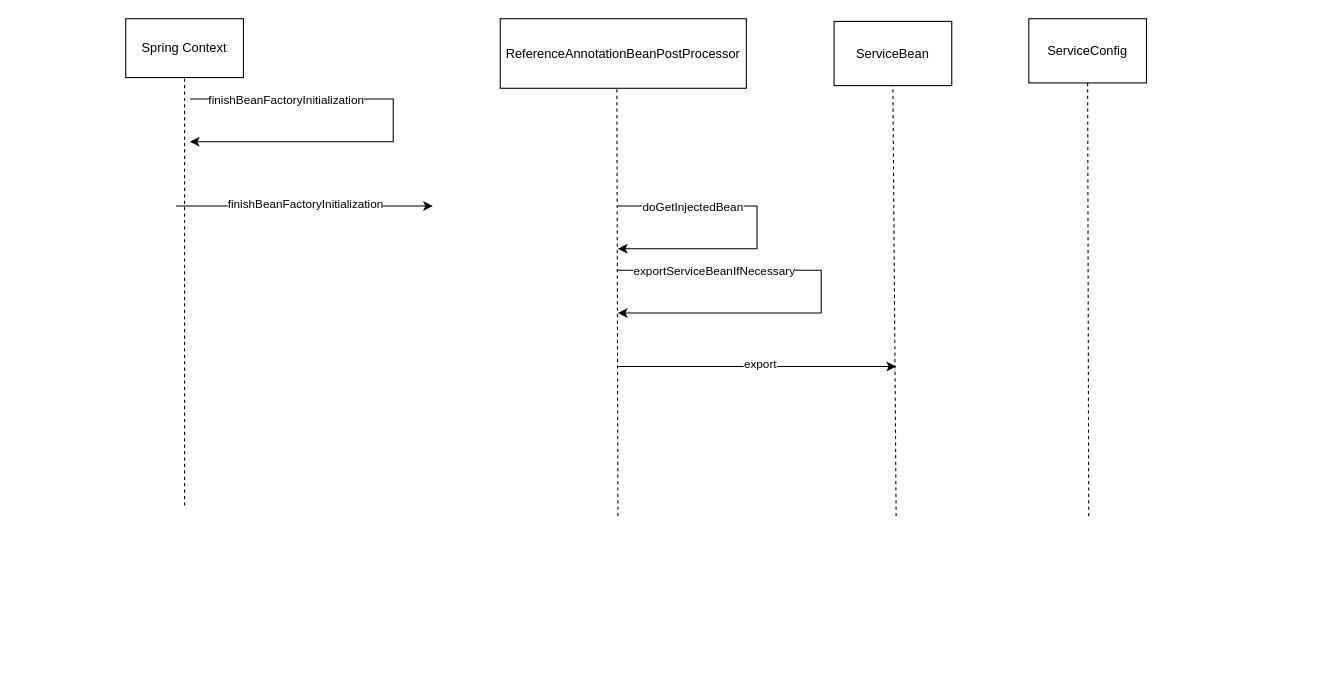
fufengchang/draw-diagrams keeps this draw.io diagram as dubbo-study.drawio. Above is the earlier version. Source tidied: cells renumbered, new cells numbered last; positions are measured from the earlier drawing's top-left corner, leaving out a move shared by most shapes. Both pictures are drawn from the tidied source at 107%, with x=0, y=0 at pixel (125, 18).
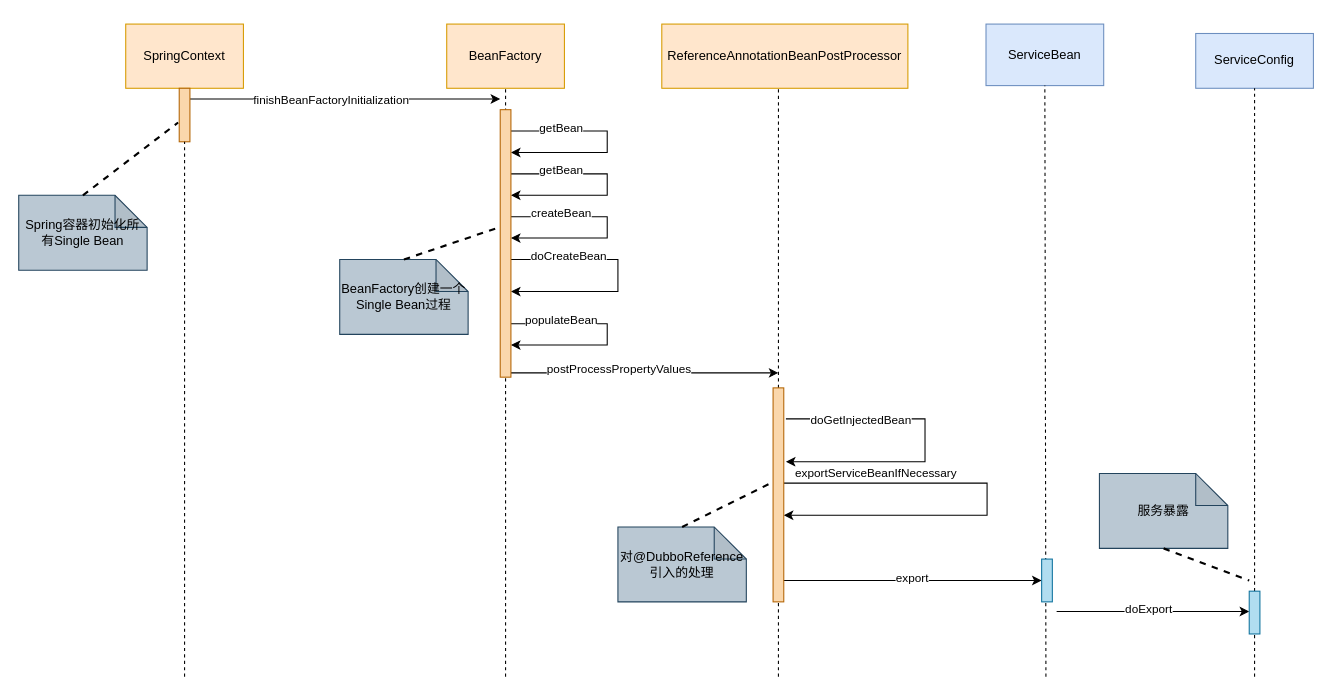
The same page after the edit.

What changed in the source:
```diff
@@
-    <mxCell id="2" value="Spring Context" style="whiteSpace=wrap;html=1;" parent="1" vertex="1">
-      <mxGeometry width="110" height="55" as="geometry" />
+    <mxCell id="2" value="SpringContext" style="whiteSpace=wrap;html=1;fillColor=#ffe6cc;strokeColor=#d79b00;" parent="1" vertex="1">
+      <mxGeometry y="5" width="110" height="60" as="geometry" />
     </mxCell>
-    <mxCell id="3" value="ReferenceAnnotationBeanPostProcessor" style="whiteSpace=wrap;html=1;" parent="1" vertex="1">
-      <mxGeometry x="350" width="230" height="65" as="geometry" />
+    <mxCell id="3" value="ReferenceAnnotationBeanPostProcessor" style="whiteSpace=wrap;html=1;fillColor=#ffe6cc;strokeColor=#d79b00;" parent="1" vertex="1">
+      <mxGeometry x="501" y="5" width="230" height="60" as="geometry" />
     </mxCell>
-    <mxCell id="4" value="ServiceBean" style="whiteSpace=wrap;html=1;" parent="1" vertex="1">
-      <mxGeometry x="662" y="2.5" width="110" height="60" as="geometry" />
+    <mxCell id="4" value="ServiceBean" style="whiteSpace=wrap;html=1;fillColor=#dae8fc;strokeColor=#6c8ebf;" parent="1" vertex="1">
+      <mxGeometry x="804" y="5" width="110" height="57.5" as="geometry" />
     </mxCell>
-    <mxCell id="5" value="ServiceConfig" style="whiteSpace=wrap;html=1;" parent="1" vertex="1">
-      <mxGeometry x="844" width="110" height="60" as="geometry" />
+    <mxCell id="5" value="ServiceConfig" style="whiteSpace=wrap;html=1;fillColor=#dae8fc;strokeColor=#6c8ebf;" parent="1" vertex="1">
+      <mxGeometry x="1000" y="13.8" width="110" height="51.2" as="geometry" />
     </mxCell>
     <mxCell id="6" style="endArrow=none;html=1;rounded=0;entryX=0.474;entryY=0.985;entryDx=0;entryDy=0;entryPerimeter=0;dashed=1;" parent="1" edge="1" target="3">
       <mxGeometry relative="1" as="geometry">
-        <mxPoint x="460" y="465" as="sourcePoint" />
+        <mxPoint x="610" y="615" as="sourcePoint" />
       </mxGeometry>
     </mxCell>
-    <mxCell id="7" style="endArrow=none;html=1;rounded=0;entryX=0.5;entryY=1;entryDx=0;entryDy=0;dashed=1;" parent="1" edge="1" target="4">
-      <mxGeometry relative="1" as="geometry">
-        <mxPoint x="720" y="465" as="sourcePoint" />
-      </mxGeometry>
-    </mxCell>
-    <mxCell id="8" style="endArrow=none;html=1;rounded=0;entryX=0.5;entryY=1;entryDx=0;entryDy=0;dashed=1;" parent="1" edge="1" target="5">
-      <mxGeometry relative="1" as="geometry">
-        <mxPoint x="900" y="465" as="sourcePoint" />
-      </mxGeometry>
-    </mxCell>
-    <mxCell id="9" style="endArrow=none;html=1;rounded=0;entryX=0.5;entryY=1;entryDx=0;entryDy=0;dashed=1;" parent="1" edge="1" target="2">
-      <mxGeometry relative="1" as="geometry">
-        <mxPoint x="55" y="455" as="sourcePoint" />
-      </mxGeometry>
+    <mxCell id="9" style="endArrow=none;html=1;rounded=0;entryX=0.5;entryY=1;entryDx=0;entryDy=0;dashed=1;startArrow=none;" parent="1" edge="1" source="52" target="2">
+      <mxGeometry relative="1" as="geometry" />
     </mxCell>
-    <mxCell id="10" style="endArrow=classic;html=1;rounded=0;" parent="1" edge="1">
-      <mxGeometry relative="1" as="geometry">
-        <mxPoint x="47" y="175" as="sourcePoint" />
-        <mxPoint x="287" y="175" as="targetPoint" />
-      </mxGeometry>
-    </mxCell>
-    <mxCell id="11" value="finishBeanFactoryInitialization" style="edgeLabel;html=1;align=center;verticalAlign=middle;" parent="10" vertex="1">
-      <mxGeometry x="0.17" y="3" relative="1" as="geometry">
-        <mxPoint x="-20" as="offset" />
-      </mxGeometry>
-    </mxCell>
     <mxCell id="12" style="endArrow=classic;html=1;rounded=0;edgeStyle=elbowEdgeStyle;" parent="1" edge="1">
       <mxGeometry relative="1" as="geometry">
-        <mxPoint x="460" y="175" as="sourcePoint" />
-        <mxPoint x="460" y="215" as="targetPoint" />
+        <mxPoint x="617" y="374" as="sourcePoint" />
+        <mxPoint x="617" y="414" as="targetPoint" />
         <Array as="points">
-          <mxPoint x="590" y="195" />
+          <mxPoint x="747" y="394" />
         </Array>
       </mxGeometry>
     </mxCell>
@@
     <mxCell id="14" style="endArrow=classic;html=1;rounded=0;edgeStyle=elbowEdgeStyle;" parent="1" edge="1">
       <mxGeometry relative="1" as="geometry">
-        <mxPoint x="460" y="235" as="sourcePoint" />
-        <mxPoint x="460" y="275" as="targetPoint" />
+        <mxPoint x="615" y="434" as="sourcePoint" />
+        <mxPoint x="615" y="464" as="targetPoint" />
         <Array as="points">
-          <mxPoint x="650" y="255" />
+          <mxPoint x="805" y="454" />
         </Array>
       </mxGeometry>
     </mxCell>
@@
-    <mxCell id="16" style="endArrow=classic;html=1;rounded=0;" parent="1" edge="1">
+    <mxCell id="16" style="endArrow=classic;html=1;rounded=0;entryX=0;entryY=0.5;entryDx=0;entryDy=0;" parent="1" edge="1" target="56">
       <mxGeometry relative="1" as="geometry">
-        <mxPoint x="460" y="325" as="sourcePoint" />
-        <mxPoint x="720" y="325" as="targetPoint" />
+        <mxPoint x="610" y="525" as="sourcePoint" />
       </mxGeometry>
     </mxCell>
@@
     <mxCell id="18" style="endArrow=classic;html=1;rounded=0;edgeStyle=elbowEdgeStyle;" parent="1" edge="1">
       <mxGeometry relative="1" as="geometry">
         <mxPoint x="60" y="75" as="sourcePoint" />
-        <mxPoint x="60" y="115" as="targetPoint" />
+        <mxPoint x="350" y="75" as="targetPoint" />
         <Array as="points">
           <mxPoint x="250" y="95" />
         </Array>
       </mxGeometry>
     </mxCell>
     <mxCell id="19" value="finishBeanFactoryInitialization" style="edgeLabel;html=1;align=center;verticalAlign=middle;" parent="18" vertex="1">
       <mxGeometry x="0.17" y="3" relative="1" as="geometry">
-        <mxPoint x="-85" y="-43" as="offset" />
+        <mxPoint x="-39" y="3" as="offset" />
       </mxGeometry>
     </mxCell>
+    <mxCell id="20" style="endArrow=classic;html=1;rounded=0;edgeStyle=elbowEdgeStyle;" parent="1" edge="1">
+      <mxGeometry relative="1" as="geometry">
+        <mxPoint x="360" y="145" as="sourcePoint" />
+        <mxPoint x="360" y="165" as="targetPoint" />
+        <Array as="points">
+          <mxPoint x="450" y="155" />
+        </Array>
+      </mxGeometry>
+    </mxCell>
+    <mxCell id="21" style="edgeLabel;html=1;align=center;verticalAlign=middle;" parent="20" vertex="1">
+      <mxGeometry x="0.17" y="3" relative="1" as="geometry">
+        <mxPoint x="-85" y="-43" as="offset" />
+      </mxGeometry>
+    </mxCell>
+    <mxCell id="22" value="getBean" style="edgeLabel;html=1;align=center;verticalAlign=middle;" parent="20" vertex="1">
+      <mxGeometry x="-0.54" y="4" relative="1" as="geometry" />
+    </mxCell>
+    <mxCell id="23" style="endArrow=classic;html=1;rounded=0;edgeStyle=elbowEdgeStyle;" parent="1" edge="1">
+      <mxGeometry relative="1" as="geometry">
+        <mxPoint x="360" y="185" as="sourcePoint" />
+        <mxPoint x="360" y="205" as="targetPoint" />
+        <Array as="points">
+          <mxPoint x="450" y="195" />
+        </Array>
+      </mxGeometry>
+    </mxCell>
+    <mxCell id="24" style="edgeLabel;html=1;align=center;verticalAlign=middle;" parent="23" vertex="1">
+      <mxGeometry x="0.17" y="3" relative="1" as="geometry">
+        <mxPoint x="-85" y="-43" as="offset" />
+      </mxGeometry>
+    </mxCell>
+    <mxCell id="25" value="createBean" style="edgeLabel;html=1;align=center;verticalAlign=middle;" parent="23" vertex="1">
+      <mxGeometry x="-0.54" y="4" relative="1" as="geometry" />
+    </mxCell>
+    <mxCell id="26" style="endArrow=classic;html=1;rounded=0;edgeStyle=elbowEdgeStyle;" parent="1" edge="1">
+      <mxGeometry relative="1" as="geometry">
+        <mxPoint x="360" y="225" as="sourcePoint" />
+        <mxPoint x="360" y="255" as="targetPoint" />
+        <Array as="points">
+          <mxPoint x="460" y="245" />
+        </Array>
+      </mxGeometry>
+    </mxCell>
+    <mxCell id="27" style="edgeLabel;html=1;align=center;verticalAlign=middle;" parent="26" vertex="1">
+      <mxGeometry x="0.17" y="3" relative="1" as="geometry">
+        <mxPoint x="-85" y="-43" as="offset" />
+      </mxGeometry>
+    </mxCell>
+    <mxCell id="28" value="doCreateBean" style="edgeLabel;html=1;align=center;verticalAlign=middle;" parent="26" vertex="1">
+      <mxGeometry x="-0.54" y="4" relative="1" as="geometry" />
+    </mxCell>
+    <mxCell id="29" value="BeanFactory" style="whiteSpace=wrap;html=1;fillColor=#ffe6cc;strokeColor=#d79b00;" parent="1" vertex="1">
+      <mxGeometry x="300" y="5" width="110" height="60" as="geometry" />
+    </mxCell>
+    <mxCell id="30" style="endArrow=classic;html=1;rounded=0;edgeStyle=elbowEdgeStyle;" parent="1" edge="1">
+      <mxGeometry relative="1" as="geometry">
+        <mxPoint x="360" y="105" as="sourcePoint" />
+        <mxPoint x="360" y="125" as="targetPoint" />
+        <Array as="points">
+          <mxPoint x="450" y="115" />
+        </Array>
+      </mxGeometry>
+    </mxCell>
+    <mxCell id="31" style="edgeLabel;html=1;align=center;verticalAlign=middle;" parent="30" vertex="1">
+      <mxGeometry x="0.17" y="3" relative="1" as="geometry">
+        <mxPoint x="-85" y="-43" as="offset" />
+      </mxGeometry>
+    </mxCell>
+    <mxCell id="32" value="getBean" style="edgeLabel;html=1;align=center;verticalAlign=middle;" parent="30" vertex="1">
+      <mxGeometry x="-0.54" y="4" relative="1" as="geometry" />
+    </mxCell>
+    <mxCell id="33" style="endArrow=classic;html=1;rounded=0;edgeStyle=elbowEdgeStyle;" parent="1" edge="1">
+      <mxGeometry relative="1" as="geometry">
+        <mxPoint x="360" y="285" as="sourcePoint" />
+        <mxPoint x="360" y="305" as="targetPoint" />
+        <Array as="points">
+          <mxPoint x="450" y="295" />
+        </Array>
+      </mxGeometry>
+    </mxCell>
+    <mxCell id="34" style="edgeLabel;html=1;align=center;verticalAlign=middle;" parent="33" vertex="1">
+      <mxGeometry x="0.17" y="3" relative="1" as="geometry">
+        <mxPoint x="-85" y="-43" as="offset" />
+      </mxGeometry>
+    </mxCell>
+    <mxCell id="35" value="populateBean" style="edgeLabel;html=1;align=center;verticalAlign=middle;" parent="33" vertex="1">
+      <mxGeometry x="-0.54" y="4" relative="1" as="geometry" />
+    </mxCell>
+    <mxCell id="36" style="endArrow=classic;html=1;rounded=0;edgeStyle=elbowEdgeStyle;" parent="1" edge="1">
+      <mxGeometry relative="1" as="geometry">
+        <mxPoint x="360" y="331" as="sourcePoint" />
+        <mxPoint x="610" y="331" as="targetPoint" />
+        <Array as="points">
+          <mxPoint x="450" y="341" />
+        </Array>
+      </mxGeometry>
+    </mxCell>
+    <mxCell id="37" style="edgeLabel;html=1;align=center;verticalAlign=middle;" parent="36" vertex="1">
+      <mxGeometry x="0.17" y="3" relative="1" as="geometry">
+        <mxPoint x="-85" y="-43" as="offset" />
+      </mxGeometry>
+    </mxCell>
+    <mxCell id="38" value="postProcessPropertyValues" style="edgeLabel;html=1;align=center;verticalAlign=middle;" parent="36" vertex="1">
+      <mxGeometry x="-0.54" y="4" relative="1" as="geometry">
+        <mxPoint x="43" as="offset" />
+      </mxGeometry>
+    </mxCell>
+    <mxCell id="39" style="endArrow=none;html=1;rounded=0;entryX=0.5;entryY=1;entryDx=0;entryDy=0;dashed=1;startArrow=none;" parent="1" edge="1" source="57" target="5">
+      <mxGeometry relative="1" as="geometry" />
+    </mxCell>
+    <mxCell id="40" style="endArrow=none;html=1;rounded=0;entryX=0.5;entryY=1;entryDx=0;entryDy=0;dashed=1;startArrow=none;" parent="1" edge="1" target="4">
+      <mxGeometry relative="1" as="geometry">
+        <mxPoint x="860" y="615" as="sourcePoint" />
+      </mxGeometry>
+    </mxCell>
+    <mxCell id="41" style="endArrow=none;html=1;rounded=0;entryX=0.5;entryY=1;entryDx=0;entryDy=0;dashed=1;" parent="1" edge="1" target="29">
+      <mxGeometry relative="1" as="geometry">
+        <mxPoint x="355" y="615" as="sourcePoint" />
+      </mxGeometry>
+    </mxCell>
+    <mxCell id="42" style="endArrow=classic;html=1;rounded=0;" parent="1" edge="1">
+      <mxGeometry relative="1" as="geometry">
+        <mxPoint x="870" y="554" as="sourcePoint" />
+        <mxPoint x="1050" y="554" as="targetPoint" />
+      </mxGeometry>
+    </mxCell>
+    <mxCell id="43" value="doExport" style="edgeLabel;html=1;align=center;verticalAlign=middle;" parent="42" vertex="1">
+      <mxGeometry x="0.17" y="3" relative="1" as="geometry">
+        <mxPoint x="-20" as="offset" />
+      </mxGeometry>
+    </mxCell>
+    <mxCell id="44" value="Spring容器初始化所有Single Bean" style="shape=note;whiteSpace=wrap;html=1;backgroundOutline=1;darkOpacity=0.05;fillColor=#bac8d3;strokeColor=#23445d;" parent="1" vertex="1">
+      <mxGeometry x="-100" y="165" width="120" height="70" as="geometry" />
+    </mxCell>
+    <mxCell id="45" style="endArrow=none;dashed=1;html=1;rounded=0;strokeWidth=2;exitX=0.5;exitY=0;exitDx=0;exitDy=0;exitPerimeter=0;entryX=-0.1;entryY=0.64;entryDx=0;entryDy=0;entryPerimeter=0;" parent="1" edge="1" source="44" target="52">
+      <mxGeometry relative="1" as="geometry" />
+    </mxCell>
+    <mxCell id="46" value="BeanFactory创建一个Single Bean过程" style="shape=note;whiteSpace=wrap;html=1;backgroundOutline=1;darkOpacity=0.05;fillColor=#bac8d3;strokeColor=#23445d;" parent="1" vertex="1">
+      <mxGeometry x="200" y="225" width="120" height="70" as="geometry" />
+    </mxCell>
+    <mxCell id="47" style="endArrow=none;dashed=1;html=1;rounded=0;strokeWidth=2;exitX=0.5;exitY=0;exitDx=0;exitDy=0;exitPerimeter=0;entryX=-0.4;entryY=0.444;entryDx=0;entryDy=0;entryPerimeter=0;" parent="1" edge="1" source="46" target="54">
+      <mxGeometry relative="1" as="geometry" />
+    </mxCell>
+    <mxCell id="48" value="对@DubboReference引入的处理" style="shape=note;whiteSpace=wrap;html=1;backgroundOutline=1;darkOpacity=0.05;fillColor=#bac8d3;strokeColor=#23445d;" parent="1" vertex="1">
+      <mxGeometry x="460" y="475" width="120" height="70" as="geometry" />
+    </mxCell>
+    <mxCell id="49" style="endArrow=none;dashed=1;html=1;rounded=0;strokeWidth=2;exitX=0.5;exitY=0;exitDx=0;exitDy=0;exitPerimeter=0;entryX=0;entryY=0.44;entryDx=0;entryDy=0;entryPerimeter=0;" parent="1" edge="1" source="48" target="55">
+      <mxGeometry relative="1" as="geometry" />
+    </mxCell>
+    <mxCell id="50" value="服务暴露" style="shape=note;whiteSpace=wrap;html=1;backgroundOutline=1;darkOpacity=0.05;fillColor=#bac8d3;strokeColor=#23445d;" parent="1" vertex="1">
+      <mxGeometry x="910" y="425" width="120" height="70" as="geometry" />
+    </mxCell>
+    <mxCell id="51" style="endArrow=none;dashed=1;html=1;rounded=0;strokeWidth=2;exitX=0.5;exitY=1;exitDx=0;exitDy=0;exitPerimeter=0;" parent="1" edge="1" source="50">
+      <mxGeometry relative="1" as="geometry">
+        <mxPoint x="1050" y="525" as="targetPoint" />
+      </mxGeometry>
+    </mxCell>
+    <mxCell id="52" style="rounded=0;whiteSpace=wrap;html=1;fillColor=#fad7ac;strokeColor=#b46504;" parent="1" vertex="1">
+      <mxGeometry x="50" y="65" width="10" height="50" as="geometry" />
+    </mxCell>
+    <mxCell id="53" style="endArrow=none;html=1;rounded=0;entryX=0.5;entryY=1;entryDx=0;entryDy=0;dashed=1;" parent="1" edge="1" target="52">
+      <mxGeometry relative="1" as="geometry">
+        <mxPoint x="55" y="615" as="sourcePoint" />
+      </mxGeometry>
+    </mxCell>
+    <mxCell id="54" style="rounded=0;whiteSpace=wrap;html=1;fillColor=#fad7ac;strokeColor=#b46504;" parent="1" vertex="1">
+      <mxGeometry x="350" y="85" width="10" height="250" as="geometry" />
+    </mxCell>
+    <mxCell id="55" style="rounded=0;whiteSpace=wrap;html=1;fillColor=#fad7ac;strokeColor=#b46504;" parent="1" vertex="1">
+      <mxGeometry x="605" y="345" width="10" height="200" as="geometry" />
+    </mxCell>
+    <mxCell id="56" style="rounded=0;whiteSpace=wrap;html=1;fillColor=#b1ddf0;strokeColor=#10739e;" parent="1" vertex="1">
+      <mxGeometry x="856" y="505" width="10" height="40" as="geometry" />
+    </mxCell>
+    <mxCell id="57" style="rounded=0;whiteSpace=wrap;html=1;fillColor=#b1ddf0;strokeColor=#10739e;" parent="1" vertex="1">
+      <mxGeometry x="1050" y="535" width="10" height="40" as="geometry" />
+    </mxCell>
+    <mxCell id="58" style="endArrow=none;html=1;rounded=0;entryX=0.5;entryY=1;entryDx=0;entryDy=0;dashed=1;" parent="1" edge="1" target="57">
+      <mxGeometry relative="1" as="geometry">
+        <mxPoint x="1055" y="615" as="sourcePoint" />
+      </mxGeometry>
+    </mxCell>
```
